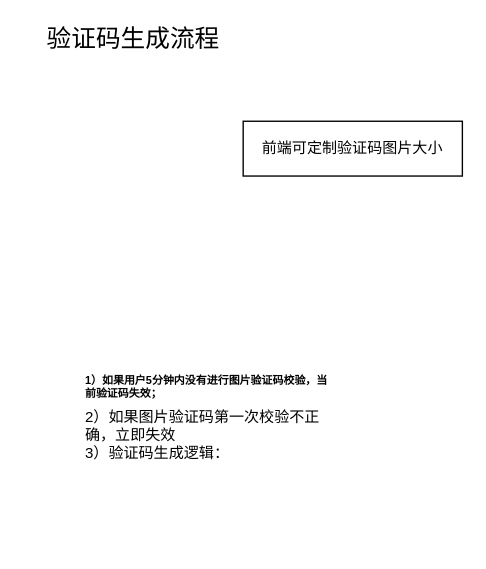
This is 图片验证码验证流程.drawio from chenrushui/draw, a draw.io file, before an edit. Source tidied: cells renumbered, new cells numbered last; positions are measured from the earlier drawing's top-left corner, leaving out a move shared by most shapes. Both pictures are drawn from the tidied source at 137%, with x=0, y=0 at pixel (23, 25).
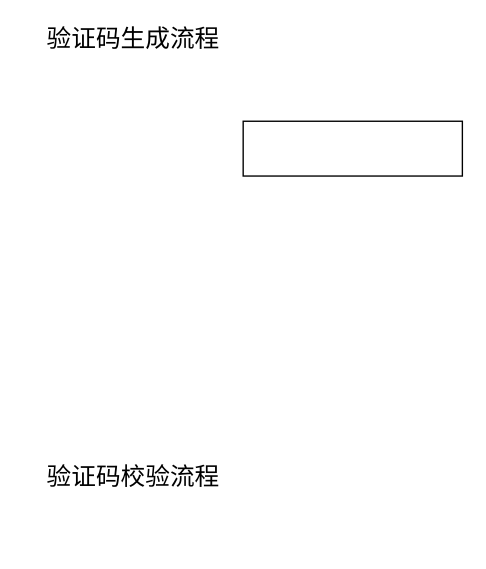
After the change.

Commit message (it also covers changes not shown here):
更新图片验证码验证流程.drawio

The edit, as a diff of the source:
```diff
@@
 <mxGraphModel>
   <root>
     <mxCell id="0" />
     <mxCell id="1" parent="0" />
     <mxCell id="2" value="验证码生成流程" style="text;html=1;strokeColor=none;fillColor=none;align=center;verticalAlign=middle;whiteSpace=wrap;rounded=0;fontSize=18;" parent="1" vertex="1">
       <mxGeometry width="160" height="20" as="geometry" />
     </mxCell>
-    <mxCell id="3" value="前端可定制验证码图片大小" style="rounded=0;whiteSpace=wrap;html=1;fontSize=11;" parent="1" vertex="1">
+    <mxCell id="3" style="rounded=0;whiteSpace=wrap;html=1;fontSize=11;" parent="1" vertex="1">
       <mxGeometry x="160" y="70" width="160" height="40" as="geometry" />
     </mxCell>
-    <mxCell id="4" value="&lt;h1 style=&quot;font-size: 8px&quot;&gt;1）如果用户5分钟内没有进行图片验证码校验，当前验证码失效；&lt;br style=&quot;font-size: 8px&quot;&gt;&lt;/h1&gt;&lt;span style=&quot;font-size: 11px ; text-align: center&quot;&gt;2）如果图片验证码第一次校验不正确，立即失效&lt;br&gt;3）验证码生成逻辑：&lt;br&gt;&lt;/span&gt;" style="text;html=1;strokeColor=none;fillColor=none;spacing=5;spacingTop=-20;whiteSpace=wrap;overflow=hidden;rounded=0;fontSize=8;" parent="1" vertex="1">
-      <mxGeometry x="40" y="260" width="190" height="120" as="geometry" />
-    </mxCell>
+    <mxCell id="5" value="验证码校验流程" style="text;html=1;strokeColor=none;fillColor=none;align=center;verticalAlign=middle;whiteSpace=wrap;rounded=0;fontSize=18;" parent="1" vertex="1">
+      <mxGeometry y="320" width="160" height="20" as="geometry" />
+    </mxCell>
   </root>
 </mxGraphModel>
```
